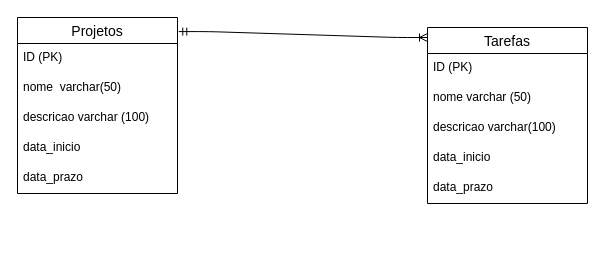
This is M2-s06/modelo.drawio from AdrianoVolter/Modulo-2, a draw.io file, before an edit. Source tidied: cells renumbered, new cells numbered last; positions are measured from the earlier drawing's top-left corner, leaving out a move shared by most shapes. Both pictures are drawn from the tidied source at 100%, with x=0, y=0 at pixel (17, 17).
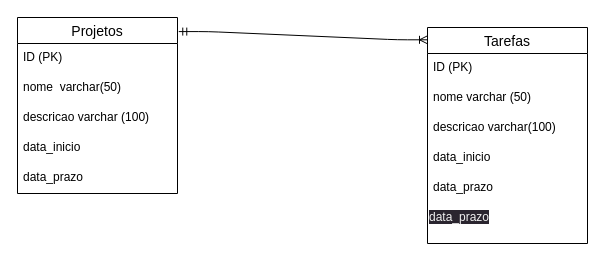
The same diagram, later.

Diff of the diagram source:
```diff
@@
 <mxGraphModel>
   <root>
     <mxCell id="0" />
     <mxCell id="1" parent="0" />
     <mxCell id="2" value="Projetos" style="swimlane;fontStyle=0;horizontal=1;startSize=26;align=center;fontSize=14;" parent="1" vertex="1">
       <mxGeometry width="160" height="176" as="geometry" />
     </mxCell>
     <mxCell id="3" value="ID (PK)" style="text;strokeColor=none;fillColor=none;spacingLeft=4;spacingRight=4;overflow=hidden;fontSize=12;" parent="2" vertex="1">
       <mxGeometry y="26" width="160" height="30" as="geometry" />
     </mxCell>
     <mxCell id="4" value="nome  varchar(50)" style="text;strokeColor=none;fillColor=none;spacingLeft=4;spacingRight=4;overflow=hidden;fontSize=12;" parent="2" vertex="1">
       <mxGeometry y="56" width="160" height="30" as="geometry" />
     </mxCell>
     <mxCell id="5" value="descricao varchar (100)" style="text;strokeColor=none;fillColor=none;spacingLeft=4;spacingRight=4;overflow=hidden;fontSize=12;" parent="2" vertex="1">
       <mxGeometry y="86" width="160" height="30" as="geometry" />
     </mxCell>
     <mxCell id="6" value="data_inicio  " style="text;strokeColor=none;fillColor=none;spacingLeft=4;spacingRight=4;overflow=hidden;fontSize=12;" parent="2" vertex="1">
       <mxGeometry y="116" width="160" height="30" as="geometry" />
     </mxCell>
     <mxCell id="7" value="data_prazo" style="text;strokeColor=none;fillColor=none;spacingLeft=4;spacingRight=4;overflow=hidden;fontSize=12;" parent="2" vertex="1">
       <mxGeometry y="146" width="160" height="30" as="geometry" />
     </mxCell>
     <mxCell id="8" value="Tarefas" style="swimlane;fontStyle=0;horizontal=1;startSize=26;align=center;fontSize=14;" parent="1" vertex="1">
-      <mxGeometry x="410" y="10" width="160" height="176" as="geometry" />
+      <mxGeometry x="410" y="10" width="160" height="216" as="geometry" />
     </mxCell>
     <mxCell id="9" value="ID (PK)" style="text;strokeColor=none;fillColor=none;spacingLeft=4;spacingRight=4;overflow=hidden;fontSize=12;" parent="8" vertex="1">
       <mxGeometry y="26" width="160" height="30" as="geometry" />
     </mxCell>
     <mxCell id="10" value="nome varchar (50)" style="text;strokeColor=none;fillColor=none;spacingLeft=4;spacingRight=4;overflow=hidden;fontSize=12;" parent="8" vertex="1">
       <mxGeometry y="56" width="160" height="30" as="geometry" />
     </mxCell>
     <mxCell id="11" value="descricao varchar(100)" style="text;strokeColor=none;fillColor=none;spacingLeft=4;spacingRight=4;overflow=hidden;fontSize=12;" parent="8" vertex="1">
       <mxGeometry y="86" width="160" height="30" as="geometry" />
     </mxCell>
     <mxCell id="12" value="data_inicio" style="text;strokeColor=none;fillColor=none;spacingLeft=4;spacingRight=4;overflow=hidden;fontSize=12;" parent="8" vertex="1">
       <mxGeometry y="116" width="160" height="30" as="geometry" />
     </mxCell>
     <mxCell id="13" value="data_prazo" style="text;strokeColor=none;fillColor=none;spacingLeft=4;spacingRight=4;overflow=hidden;fontSize=12;" parent="8" vertex="1">
       <mxGeometry y="146" width="160" height="30" as="geometry" />
     </mxCell>
+    <mxCell id="15" value="&lt;span style=&quot;color: rgb(240, 240, 240); font-family: Helvetica; font-size: 12px; font-style: normal; font-variant-ligatures: normal; font-variant-caps: normal; font-weight: 400; letter-spacing: normal; orphans: 2; text-align: left; text-indent: 0px; text-transform: none; widows: 2; word-spacing: 0px; -webkit-text-stroke-width: 0px; background-color: rgb(42, 37, 47); text-decoration-thickness: initial; text-decoration-style: initial; text-decoration-color: initial; float: none; display: inline !important;&quot;&gt;data_prazo&lt;/span&gt;" style="text;whiteSpace=wrap;html=1;" parent="8" vertex="1">
+      <mxGeometry y="176" width="160" height="40" as="geometry" />
+    </mxCell>
     <mxCell id="14" style="edgeStyle=entityRelationEdgeStyle;fontSize=12;html=1;endArrow=ERoneToMany;startArrow=ERmandOne;exitX=1.008;exitY=0.08;exitDx=0;exitDy=0;exitPerimeter=0;entryX=0;entryY=0.057;entryDx=0;entryDy=0;entryPerimeter=0;" parent="1" edge="1" source="2" target="8">
       <mxGeometry relative="1" as="geometry" />
     </mxCell>
   </root>
 </mxGraphModel>
```
